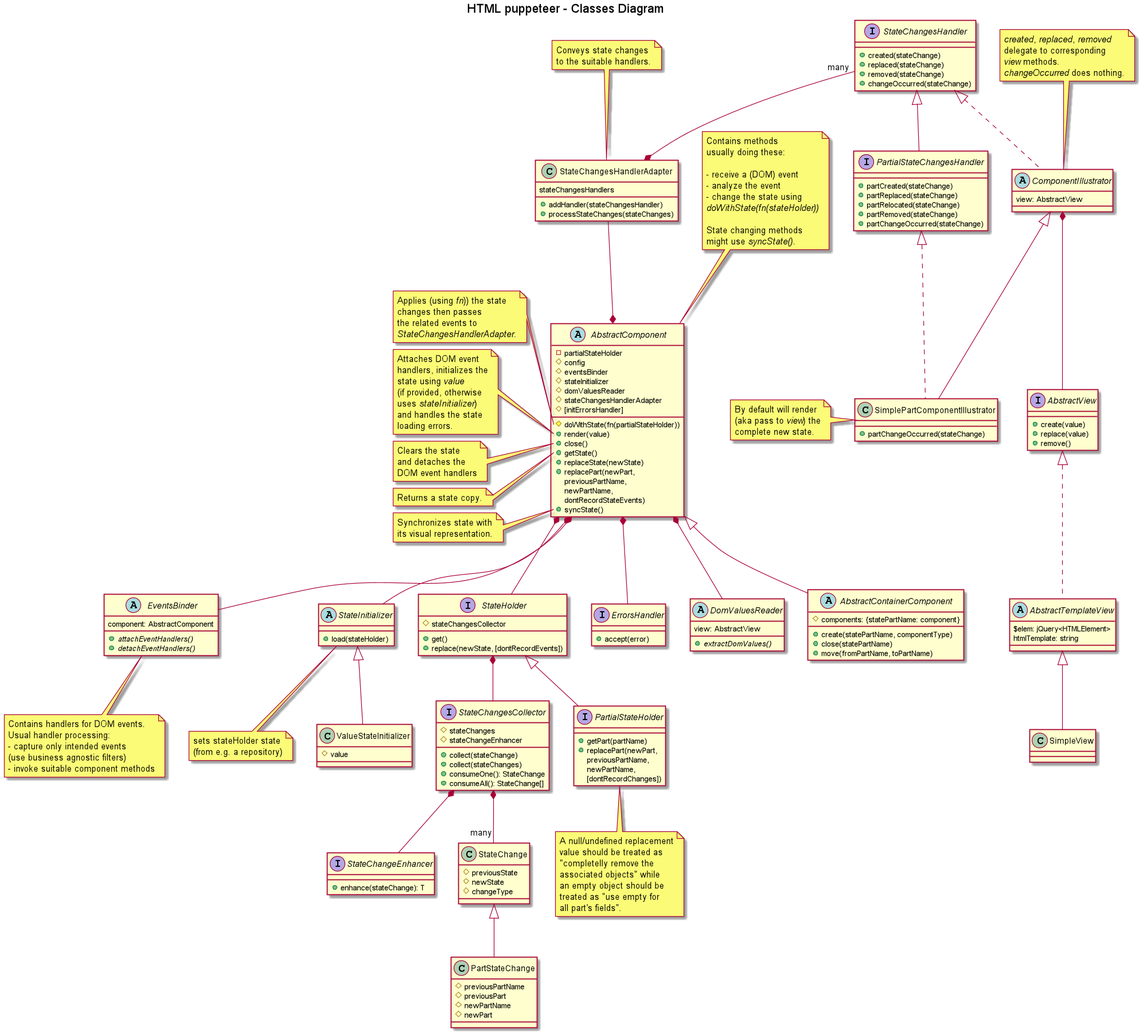
Before: design/classes-diagram-HTML_puppeteer___Classes_Diagram.png, a diagram exported from PlantUML (adrhc/html-puppeteer). The source it was exported from:
```plantuml
@startuml

title HTML puppeteer - Classes Diagram

abstract AbstractComponent {
  -partialStateHolder
  #config
  #eventsBinder
  #stateInitializer
  #domValuesReader
  #stateChangesHandlerAdapter
  #[initErrorsHandler]
  #doWithState(fn(partialStateHolder))
  +render(value)
  +close()
  +getState()
  +replaceState(newState)
  +replacePart(newPart, \npreviousPartName, \nnewPartName, \ndontRecordStateEvents)
  +syncState()
}

note top of AbstractComponent
  Contains methods
  usually doing these:

  - receive a (DOM) event
  - analyze the event
  - change the state using
  <i>doWithState(fn(stateHolder))</i>

  State changing methods
  might use <i>syncState()</i>.
end note



note left of AbstractComponent::doWithState
Applies (using <i>fn</i>)) the state
changes then passes
the related events to
<i>StateChangesHandlerAdapter</i>.
end note

note left of AbstractComponent::"render(value)"
Attaches DOM event
handlers, initializes the
state using <i>value</i>
(if provided, otherwise
uses <i>stateInitializer</i>)
and handles the state
loading errors.
end note

note left of AbstractComponent::"close()"
Clears the state
and detaches the
DOM event handlers
end note

note left of AbstractComponent::get
Returns a state copy.
end note

note left of AbstractComponent::syncState
Synchronizes state with
its visual representation.
end note

abstract AbstractContainerComponent extends AbstractComponent {
  #components: {statePartName: component}
  +create(statePartName, componentType)
  +close(statePartName)
  +move(fromPartName, toPartName)
}

abstract EventsBinder {
  component: AbstractComponent
  {abstract}+attachEventHandlers()
  {abstract}+detachEventHandlers()
}

note bottom of EventsBinder
  Contains handlers for DOM events.
  Usual handler processing:
  - capture only intended events
  (use business agnostic filters)
  - invoke suitable component methods
end note

abstract StateInitializer {
+load(stateHolder)
}

note bottom of StateInitializer
sets stateHolder state
(from e.g. a repository)
end note

class ValueStateInitializer extends StateInitializer {
#value
}

class StateChange {
#previousState
#newState
#changeType
}

class PartStateChange extends StateChange {
#previousPartName
#previousPart
#newPartName
#newPart
}

interface StateChangeEnhancer {
+enhance(stateChange): T
}

interface StateChangesCollector {
#stateChanges
#stateChangeEnhancer
+collect(stateChange)
+collect(stateChanges)
+consumeOne(): StateChange
+consumeAll(): StateChange[]
}

interface StateHolder {
+get()
+replace(newState, [dontRecordEvents])
#stateChangesCollector
}


interface PartialStateHolder extends StateHolder {
+getPart(partName)
+replacePart(newPart, \npreviousPartName, \nnewPartName, \n[dontRecordChanges])
}

note bottom of PartialStateHolder
A null/undefined replacement
value should be treated as
"completelly remove the
associated objects" while
an empty object should be
treated as "use empty for
all part's fields".
end note

interface ErrorsHandler {
+accept(error)
}

interface AbstractView {
+create(value)
+replace(value)
+remove()
}




abstract AbstractTemplateView implements AbstractView {
$elem: jQuery<HTMLElement>
htmlTemplate: string
}

class SimpleView extends AbstractTemplateView

class StateChangesHandlerAdapter {
stateChangesHandlers
+addHandler(stateChangesHandler)
+processStateChanges(stateChanges)
}


note top of StateChangesHandlerAdapter
Conveys state changes
to the suitable handlers.
end note

interface StateChangesHandler {
+created(stateChange)
+replaced(stateChange)
+removed(stateChange)
+changeOccurred(stateChange)
}

interface PartialStateChangesHandler extends StateChangesHandler {
+partCreated(stateChange)
+partReplaced(stateChange)
+partRelocated(stateChange)
+partRemoved(stateChange)
+partChangeOccurred(stateChange)
}

abstract ComponentIllustrator implements StateChangesHandler {
view: AbstractView
}

note top of ComponentIllustrator
<i>created</i>, <i>replaced</i>, <i>removed</i>
delegate to corresponding
<i>view</i> methods.
<i>changeOccurred</i> does nothing.
end note

class SimplePartComponentIllustrator extends ComponentIllustrator implements PartialStateChangesHandler {
+partChangeOccurred(stateChange)
}

note left of SimplePartComponentIllustrator
By default will render
(aka pass to <i>view</i>) the
complete new state.
end note


abstract DomValuesReader {
  view: AbstractView
  {abstract}+extractDomValues()
}


AbstractComponent *-down- EventsBinder
AbstractComponent *-down- StateHolder
AbstractComponent *-down- StateInitializer
AbstractComponent *-down- DomValuesReader
AbstractComponent *-down- ErrorsHandler
AbstractComponent *-up- StateChangesHandlerAdapter
StateChangesHandlerAdapter *-up- "many" StateChangesHandler
ComponentIllustrator *-- AbstractView
StateHolder *-- StateChangesCollector
StateChangesCollector *-- "many" StateChange
StateChangesCollector *-- StateChangeEnhancer


@enduml
```
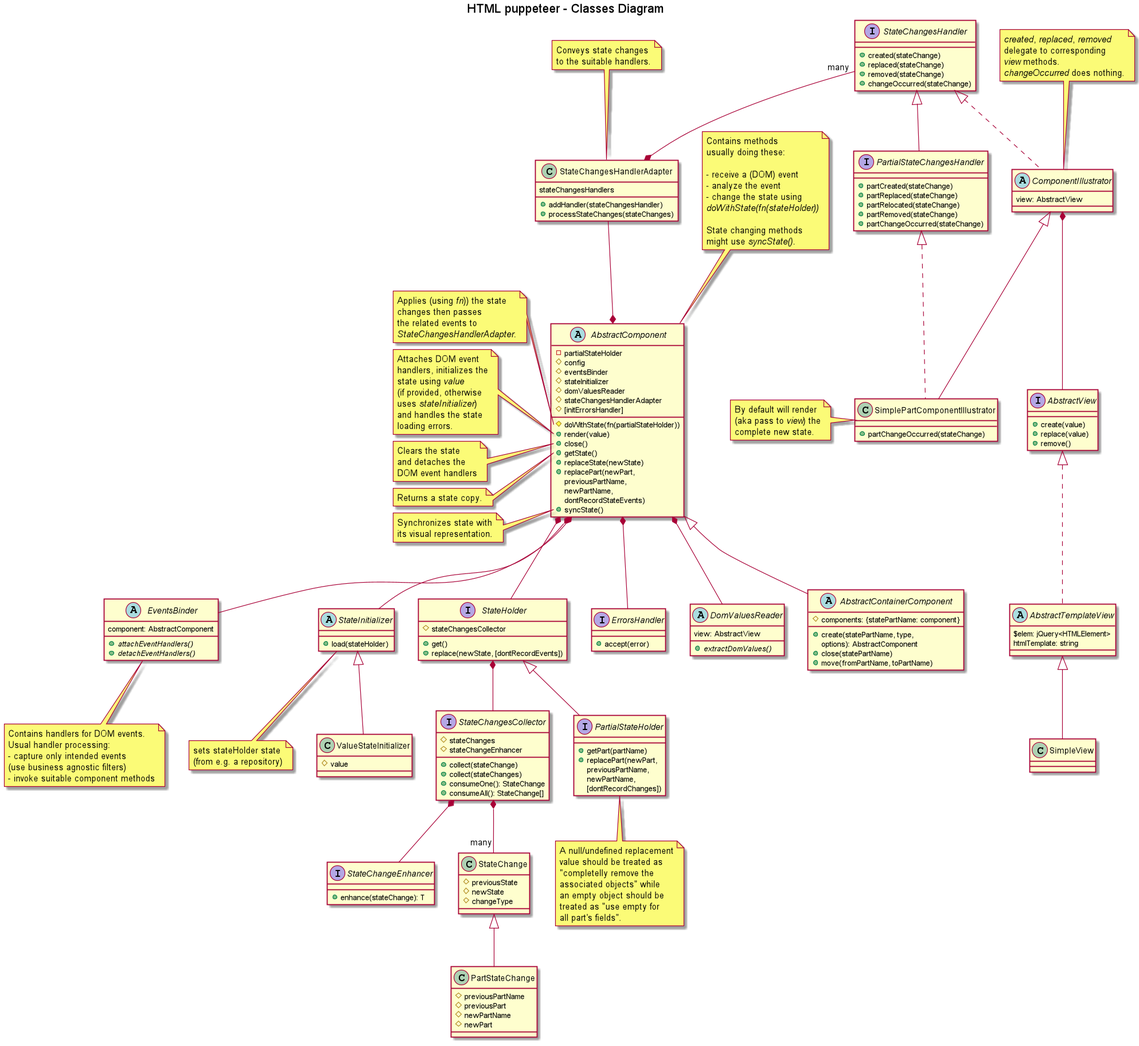
After the change.

Change to the diagram source:
```diff
@@ -68,7 +68,7 @@
 
 abstract AbstractContainerComponent extends AbstractComponent {
   #components: {statePartName: component}
-  +create(statePartName, componentType)
+  +create(statePartName, type, \noptions): AbstractComponent
   +close(statePartName)
   +move(fromPartName, toPartName)
 }
```
